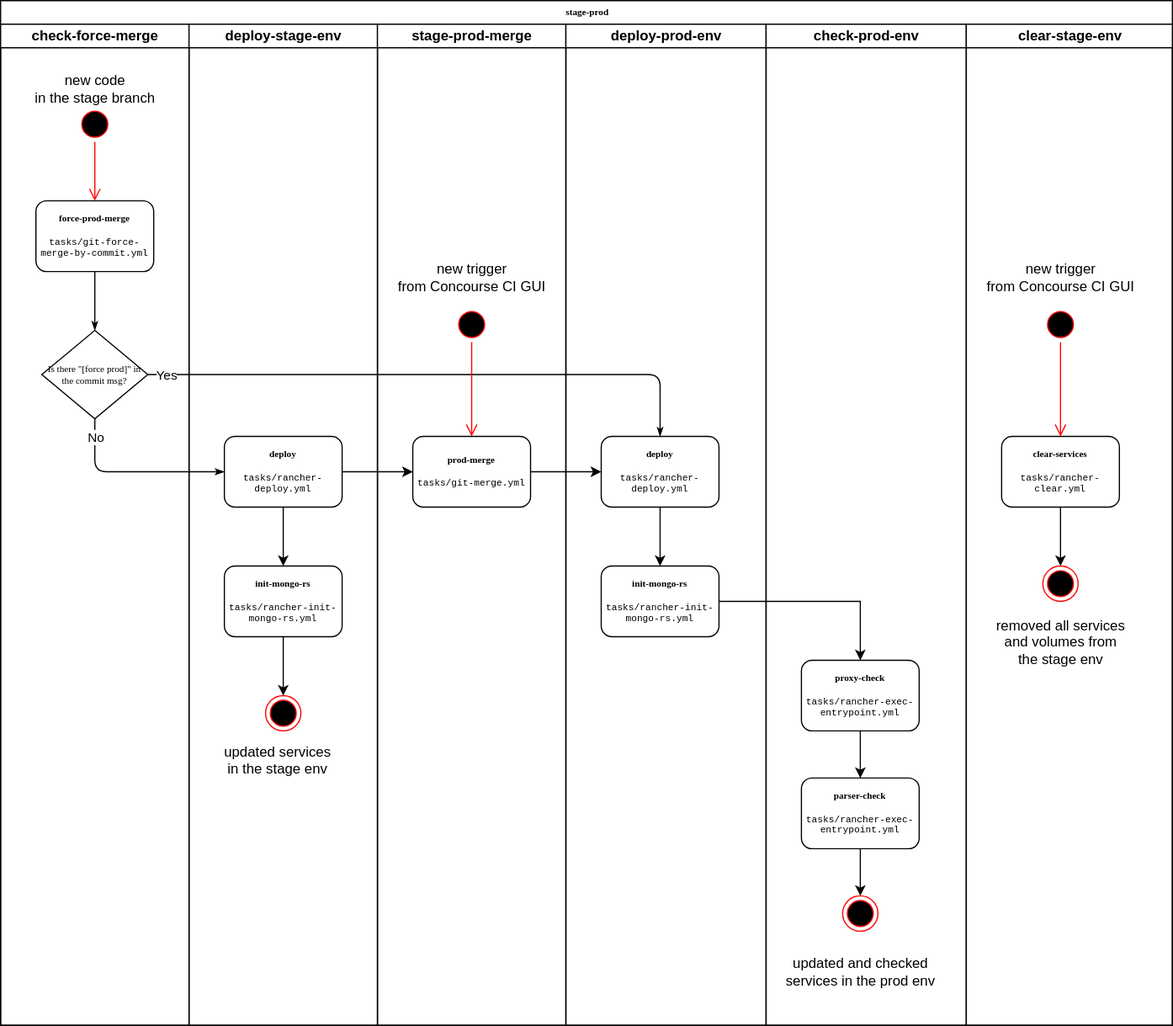
Above: diagrams/stage-prod.svg in krybka/concourse-example (draw.io), before the change. Source tidied: cells renumbered, new cells last; positions are measured from the earlier drawing's top-left corner, leaving out a move shared by most shapes.
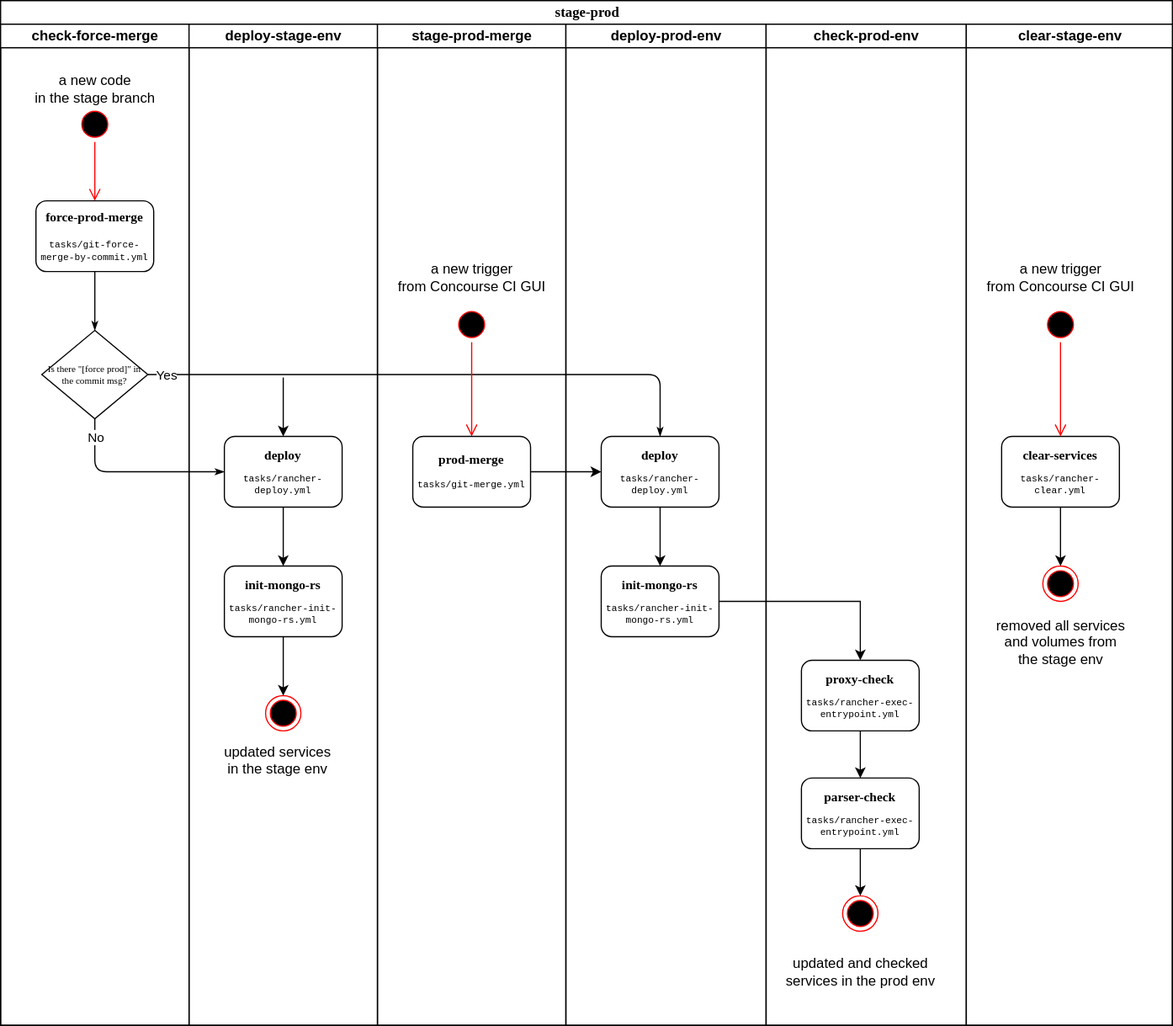
After the commit.

Commit message:
Update connections in the stage-prod pipeline diagram

Diff of the diagram source:
```diff
@@ -2,7 +2,7 @@
   <root>
     <mxCell id="0" />
     <mxCell id="1" parent="0" />
-    <mxCell id="2" value="stage-prod" style="swimlane;html=1;startSize=20;rounded=0;shadow=0;labelBackgroundColor=none;strokeWidth=1;fontFamily=Verdana;fontSize=8;align=center;" parent="1" vertex="1">
+    <mxCell id="2" value="&lt;font style=&quot;font-size: 12px&quot;&gt;stage-prod&lt;/font&gt;" style="swimlane;html=1;startSize=20;rounded=0;shadow=0;labelBackgroundColor=none;strokeWidth=1;fontFamily=Verdana;fontSize=8;align=center;" parent="1" vertex="1">
       <mxGeometry width="995" height="870" as="geometry" />
     </mxCell>
     <mxCell id="3" style="edgeStyle=orthogonalEdgeStyle;rounded=1;html=1;labelBackgroundColor=none;startArrow=none;startFill=0;startSize=5;endArrow=classicThin;endFill=1;endSize=5;jettySize=auto;orthogonalLoop=1;strokeWidth=1;fontFamily=Verdana;fontSize=8;" parent="2" edge="1">
@@ -93,10 +93,10 @@
     <mxCell id="18" style="ellipse;html=1;shape=startState;fillColor=#000000;strokeColor=#ff0000;" parent="14" vertex="1">
       <mxGeometry x="65" y="70" width="30" height="30" as="geometry" />
     </mxCell>
-    <mxCell id="19" value="new code&lt;br&gt;in the stage branch" style="text;html=1;align=center;verticalAlign=middle;fillColor=none;strokeColor=none;rounded=0;" parent="14" vertex="1">
+    <mxCell id="19" value="a new code&lt;br&gt;in the stage branch" style="text;html=1;align=center;verticalAlign=middle;fillColor=none;strokeColor=none;rounded=0;" parent="14" vertex="1">
       <mxGeometry x="20" y="40" width="120" height="30" as="geometry" />
     </mxCell>
-    <mxCell id="20" value="&lt;b&gt;force-prod-merge&lt;br&gt;&lt;/b&gt;&lt;br&gt;&lt;font face=&quot;Courier New&quot;&gt;tasks/git-force-merge-by-commit.yml&lt;/font&gt;" style="rounded=1;whiteSpace=wrap;html=1;shadow=0;labelBackgroundColor=none;strokeWidth=1;fontFamily=Verdana;fontSize=8;align=center;" parent="14" vertex="1">
+    <mxCell id="20" value="&lt;b style=&quot;font-size: 11px&quot;&gt;force-prod-merge&lt;br&gt;&lt;/b&gt;&lt;br style=&quot;font-size: 9px&quot;&gt;&lt;font face=&quot;Courier New&quot; style=&quot;font-size: 8px&quot;&gt;tasks/git-force-merge-by-commit.yml&lt;/font&gt;" style="rounded=1;whiteSpace=wrap;html=1;shadow=0;labelBackgroundColor=none;strokeWidth=1;fontFamily=Verdana;fontSize=9;align=center;" parent="14" vertex="1">
       <mxGeometry x="30" y="150" width="100" height="60" as="geometry" />
     </mxCell>
     <mxCell id="21" value="deploy-stage-env" style="swimlane;html=1;startSize=20;" parent="2" vertex="1">
@@ -105,7 +105,7 @@
     <mxCell id="22" style="edgeStyle=orthogonalEdgeStyle;rounded=0;jettySize=auto;html=1;exitX=0.5;exitY=1;exitDx=0;exitDy=0;" parent="21" edge="1" source="23" target="27">
       <mxGeometry relative="1" as="geometry" />
     </mxCell>
-    <mxCell id="23" value="&lt;b&gt;deploy&lt;/b&gt;&lt;br&gt;&lt;br&gt;&lt;font face=&quot;Courier New&quot;&gt;tasks/rancher-deploy.yml&lt;/font&gt;" style="rounded=1;whiteSpace=wrap;html=1;shadow=0;labelBackgroundColor=none;strokeWidth=1;fontFamily=Verdana;fontSize=8;align=center;" parent="21" vertex="1">
+    <mxCell id="23" value="&lt;font style=&quot;font-size: 11px&quot;&gt;&lt;b&gt;deploy&lt;/b&gt;&lt;br&gt;&lt;/font&gt;&lt;br&gt;&lt;font face=&quot;Courier New&quot;&gt;tasks/rancher-deploy.yml&lt;/font&gt;" style="rounded=1;whiteSpace=wrap;html=1;shadow=0;labelBackgroundColor=none;strokeWidth=1;fontFamily=Verdana;fontSize=8;align=center;" parent="21" vertex="1">
       <mxGeometry x="30" y="350" width="100" height="60" as="geometry" />
     </mxCell>
     <mxCell id="24" style="ellipse;html=1;shape=endState;fillColor=#000000;strokeColor=#ff0000;" parent="21" vertex="1">
@@ -117,7 +117,7 @@
     <mxCell id="26" style="edgeStyle=orthogonalEdgeStyle;rounded=0;jettySize=auto;html=1;exitX=0.5;exitY=1;exitDx=0;exitDy=0;entryX=0.5;entryY=0;entryDx=0;entryDy=0;" parent="21" edge="1" source="27" target="24">
       <mxGeometry relative="1" as="geometry" />
     </mxCell>
-    <mxCell id="27" value="&lt;b&gt;init-mongo-rs&lt;/b&gt;&lt;br&gt;&lt;br&gt;&lt;font face=&quot;Courier New&quot;&gt;tasks/rancher-init-mongo-rs.yml&lt;/font&gt;" style="rounded=1;whiteSpace=wrap;html=1;shadow=0;labelBackgroundColor=none;strokeWidth=1;fontFamily=Verdana;fontSize=8;align=center;" parent="21" vertex="1">
+    <mxCell id="27" value="&lt;font style=&quot;font-size: 11px&quot;&gt;&lt;b&gt;init-mongo-rs&lt;/b&gt;&lt;br&gt;&lt;/font&gt;&lt;br&gt;&lt;font face=&quot;Courier New&quot;&gt;tasks/rancher-init-mongo-rs.yml&lt;/font&gt;" style="rounded=1;whiteSpace=wrap;html=1;shadow=0;labelBackgroundColor=none;strokeWidth=1;fontFamily=Verdana;fontSize=8;align=center;" parent="21" vertex="1">
       <mxGeometry x="30" y="460" width="100" height="60" as="geometry" />
     </mxCell>
     <mxCell id="28" value="stage-prod-merge" style="swimlane;html=1;startSize=20;" parent="2" vertex="1">
@@ -129,10 +129,10 @@
     <mxCell id="30" style="ellipse;html=1;shape=startState;fillColor=#000000;strokeColor=#ff0000;" parent="28" vertex="1">
       <mxGeometry x="65" y="240" width="30" height="30" as="geometry" />
     </mxCell>
-    <mxCell id="31" value="new trigger&lt;br&gt;from Concourse CI GUI" style="text;html=1;align=center;verticalAlign=middle;fillColor=none;strokeColor=none;rounded=0;" parent="28" vertex="1">
+    <mxCell id="31" value="a new trigger&lt;br&gt;from Concourse CI GUI" style="text;html=1;align=center;verticalAlign=middle;fillColor=none;strokeColor=none;rounded=0;" parent="28" vertex="1">
       <mxGeometry x="10" y="200" width="140" height="30" as="geometry" />
     </mxCell>
-    <mxCell id="32" value="&lt;b&gt;prod-merge&lt;br&gt;&lt;/b&gt;&lt;br&gt;&lt;font face=&quot;Courier New&quot;&gt;tasks/git-merge.yml&lt;/font&gt;" style="rounded=1;whiteSpace=wrap;html=1;shadow=0;labelBackgroundColor=none;strokeWidth=1;fontFamily=Verdana;fontSize=8;align=center;" parent="28" vertex="1">
+    <mxCell id="32" value="&lt;b style=&quot;font-size: 11px&quot;&gt;prod-merge&lt;br&gt;&lt;/b&gt;&lt;br&gt;&lt;font face=&quot;Courier New&quot;&gt;tasks/git-merge.yml&lt;/font&gt;" style="rounded=1;whiteSpace=wrap;html=1;shadow=0;labelBackgroundColor=none;strokeWidth=1;fontFamily=Verdana;fontSize=8;align=center;" parent="28" vertex="1">
       <mxGeometry x="30" y="350" width="100" height="60" as="geometry" />
     </mxCell>
     <mxCell id="33" value="deploy-prod-env" style="swimlane;html=1;startSize=20;" parent="2" vertex="1">
@@ -151,10 +151,10 @@
     <mxCell id="36" style="edgeStyle=orthogonalEdgeStyle;rounded=0;jettySize=auto;html=1;exitX=0.5;exitY=1;exitDx=0;exitDy=0;" parent="33" edge="1" source="37" target="38">
       <mxGeometry relative="1" as="geometry" />
     </mxCell>
-    <mxCell id="37" value="&lt;b&gt;deploy&lt;/b&gt;&lt;br&gt;&lt;br&gt;&lt;span style=&quot;font-family: &amp;#34;courier new&amp;#34;&quot;&gt;tasks/rancher-deploy.yml&lt;/span&gt;" style="rounded=1;whiteSpace=wrap;html=1;shadow=0;labelBackgroundColor=none;strokeWidth=1;fontFamily=Verdana;fontSize=8;align=center;" parent="33" vertex="1">
+    <mxCell id="37" value="&lt;b&gt;&lt;font style=&quot;font-size: 11px&quot;&gt;deploy&lt;/font&gt;&lt;/b&gt;&lt;br&gt;&lt;br&gt;&lt;span style=&quot;font-family: &amp;#34;courier new&amp;#34;&quot;&gt;tasks/rancher-deploy.yml&lt;/span&gt;" style="rounded=1;whiteSpace=wrap;html=1;shadow=0;labelBackgroundColor=none;strokeWidth=1;fontFamily=Verdana;fontSize=8;align=center;" parent="33" vertex="1">
       <mxGeometry x="30" y="350" width="100" height="60" as="geometry" />
     </mxCell>
-    <mxCell id="38" value="&lt;b&gt;init-mongo-rs&lt;/b&gt;&lt;br&gt;&lt;br&gt;&lt;font face=&quot;Courier New&quot;&gt;tasks/rancher-init-mongo-rs.yml&lt;/font&gt;" style="rounded=1;whiteSpace=wrap;html=1;shadow=0;labelBackgroundColor=none;strokeWidth=1;fontFamily=Verdana;fontSize=8;align=center;" parent="33" vertex="1">
+    <mxCell id="38" value="&lt;font style=&quot;font-size: 11px&quot;&gt;&lt;b&gt;init-mongo-rs&lt;/b&gt;&lt;br&gt;&lt;/font&gt;&lt;br&gt;&lt;font face=&quot;Courier New&quot;&gt;tasks/rancher-init-mongo-rs.yml&lt;/font&gt;" style="rounded=1;whiteSpace=wrap;html=1;shadow=0;labelBackgroundColor=none;strokeWidth=1;fontFamily=Verdana;fontSize=8;align=center;" parent="33" vertex="1">
       <mxGeometry x="30" y="460" width="100" height="60" as="geometry" />
     </mxCell>
     <mxCell id="39" value="check-prod-env" style="swimlane;html=1;startSize=20;" parent="2" vertex="1">
@@ -173,10 +173,10 @@
     <mxCell id="42" style="edgeStyle=orthogonalEdgeStyle;rounded=0;jettySize=auto;html=1;exitX=0.5;exitY=1;exitDx=0;exitDy=0;entryX=0.5;entryY=0;entryDx=0;entryDy=0;" parent="39" edge="1" source="43" target="44">
       <mxGeometry relative="1" as="geometry" />
     </mxCell>
-    <mxCell id="43" value="&lt;b&gt;proxy-check&lt;br&gt;&lt;/b&gt;&lt;br&gt;&lt;font face=&quot;Courier New&quot;&gt;tasks/rancher-exec-entrypoint.yml&lt;/font&gt;" style="rounded=1;whiteSpace=wrap;html=1;shadow=0;labelBackgroundColor=none;strokeWidth=1;fontFamily=Verdana;fontSize=8;align=center;" parent="39" vertex="1">
+    <mxCell id="43" value="&lt;b style=&quot;font-size: 11px&quot;&gt;proxy-check&lt;br&gt;&lt;/b&gt;&lt;br&gt;&lt;font face=&quot;Courier New&quot;&gt;tasks/rancher-exec-entrypoint.yml&lt;/font&gt;" style="rounded=1;whiteSpace=wrap;html=1;shadow=0;labelBackgroundColor=none;strokeWidth=1;fontFamily=Verdana;fontSize=8;align=center;" parent="39" vertex="1">
       <mxGeometry x="30" y="540" width="100" height="60" as="geometry" />
     </mxCell>
-    <mxCell id="44" value="&lt;b&gt;parser-check&lt;br&gt;&lt;/b&gt;&lt;br&gt;&lt;font face=&quot;Courier New&quot;&gt;tasks/rancher-exec-entrypoint.yml&lt;/font&gt;" style="rounded=1;whiteSpace=wrap;html=1;shadow=0;labelBackgroundColor=none;strokeWidth=1;fontFamily=Verdana;fontSize=8;align=center;" parent="39" vertex="1">
+    <mxCell id="44" value="&lt;b style=&quot;font-size: 11px&quot;&gt;parser-check&lt;br&gt;&lt;/b&gt;&lt;br&gt;&lt;font face=&quot;Courier New&quot;&gt;tasks/rancher-exec-entrypoint.yml&lt;/font&gt;" style="rounded=1;whiteSpace=wrap;html=1;shadow=0;labelBackgroundColor=none;strokeWidth=1;fontFamily=Verdana;fontSize=8;align=center;" parent="39" vertex="1">
       <mxGeometry x="30" y="640" width="100" height="60" as="geometry" />
     </mxCell>
     <mxCell id="45" style="ellipse;html=1;shape=endState;fillColor=#000000;strokeColor=#ff0000;" parent="39" vertex="1">
@@ -194,10 +194,10 @@
     <mxCell id="49" style="edgeStyle=orthogonalEdgeStyle;rounded=0;jettySize=auto;html=1;exitX=0.5;exitY=1;exitDx=0;exitDy=0;" parent="48" edge="1" source="50" target="54">
       <mxGeometry relative="1" as="geometry" />
     </mxCell>
-    <mxCell id="50" value="&lt;b&gt;clear-services&lt;/b&gt;&lt;br&gt;&lt;br&gt;&lt;font face=&quot;Courier New&quot;&gt;tasks/rancher-clear.yml&lt;/font&gt;" style="rounded=1;whiteSpace=wrap;html=1;shadow=0;labelBackgroundColor=none;strokeWidth=1;fontFamily=Verdana;fontSize=8;align=center;" parent="48" vertex="1">
+    <mxCell id="50" value="&lt;font style=&quot;font-size: 11px&quot;&gt;&lt;b&gt;clear-services&lt;/b&gt;&lt;br&gt;&lt;/font&gt;&lt;br&gt;&lt;font face=&quot;Courier New&quot;&gt;tasks/rancher-clear.yml&lt;/font&gt;" style="rounded=1;whiteSpace=wrap;html=1;shadow=0;labelBackgroundColor=none;strokeWidth=1;fontFamily=Verdana;fontSize=8;align=center;" parent="48" vertex="1">
       <mxGeometry x="30" y="350" width="100" height="60" as="geometry" />
     </mxCell>
-    <mxCell id="51" value="new trigger&lt;br&gt;from Concourse CI GUI" style="text;html=1;align=center;verticalAlign=middle;fillColor=none;strokeColor=none;rounded=0;" parent="48" vertex="1">
+    <mxCell id="51" value="a new trigger&lt;br&gt;from Concourse CI GUI" style="text;html=1;align=center;verticalAlign=middle;fillColor=none;strokeColor=none;rounded=0;" parent="48" vertex="1">
       <mxGeometry x="10" y="200" width="140" height="30" as="geometry" />
     </mxCell>
     <mxCell id="52" style="ellipse;html=1;shape=startState;fillColor=#000000;strokeColor=#ff0000;" parent="48" vertex="1">
@@ -225,14 +225,16 @@
         <mxPoint x="-26" y="-27.5" as="offset" />
       </mxGeometry>
     </mxCell>
-    <mxCell id="58" style="edgeStyle=orthogonalEdgeStyle;rounded=0;jettySize=auto;html=1;exitX=1;exitY=0.5;exitDx=0;exitDy=0;entryX=0;entryY=0.5;entryDx=0;entryDy=0;" parent="2" edge="1" source="23" target="32">
-      <mxGeometry relative="1" as="geometry" />
-    </mxCell>
     <mxCell id="59" style="edgeStyle=orthogonalEdgeStyle;rounded=0;jettySize=auto;html=1;exitX=1;exitY=0.5;exitDx=0;exitDy=0;entryX=0;entryY=0.5;entryDx=0;entryDy=0;" parent="2" edge="1" source="32" target="37">
       <mxGeometry relative="1" as="geometry" />
     </mxCell>
     <mxCell id="60" style="edgeStyle=orthogonalEdgeStyle;rounded=0;jettySize=auto;html=1;exitX=1;exitY=0.5;exitDx=0;exitDy=0;" parent="2" edge="1" source="38" target="43">
       <mxGeometry relative="1" as="geometry" />
     </mxCell>
+    <mxCell id="61" style="endArrow=classic;html=1;" parent="1" edge="1" target="23">
+      <mxGeometry relative="1" as="geometry">
+        <mxPoint x="240" y="320" as="sourcePoint" />
+      </mxGeometry>
+    </mxCell>
   </root>
 </mxGraphModel>
```
